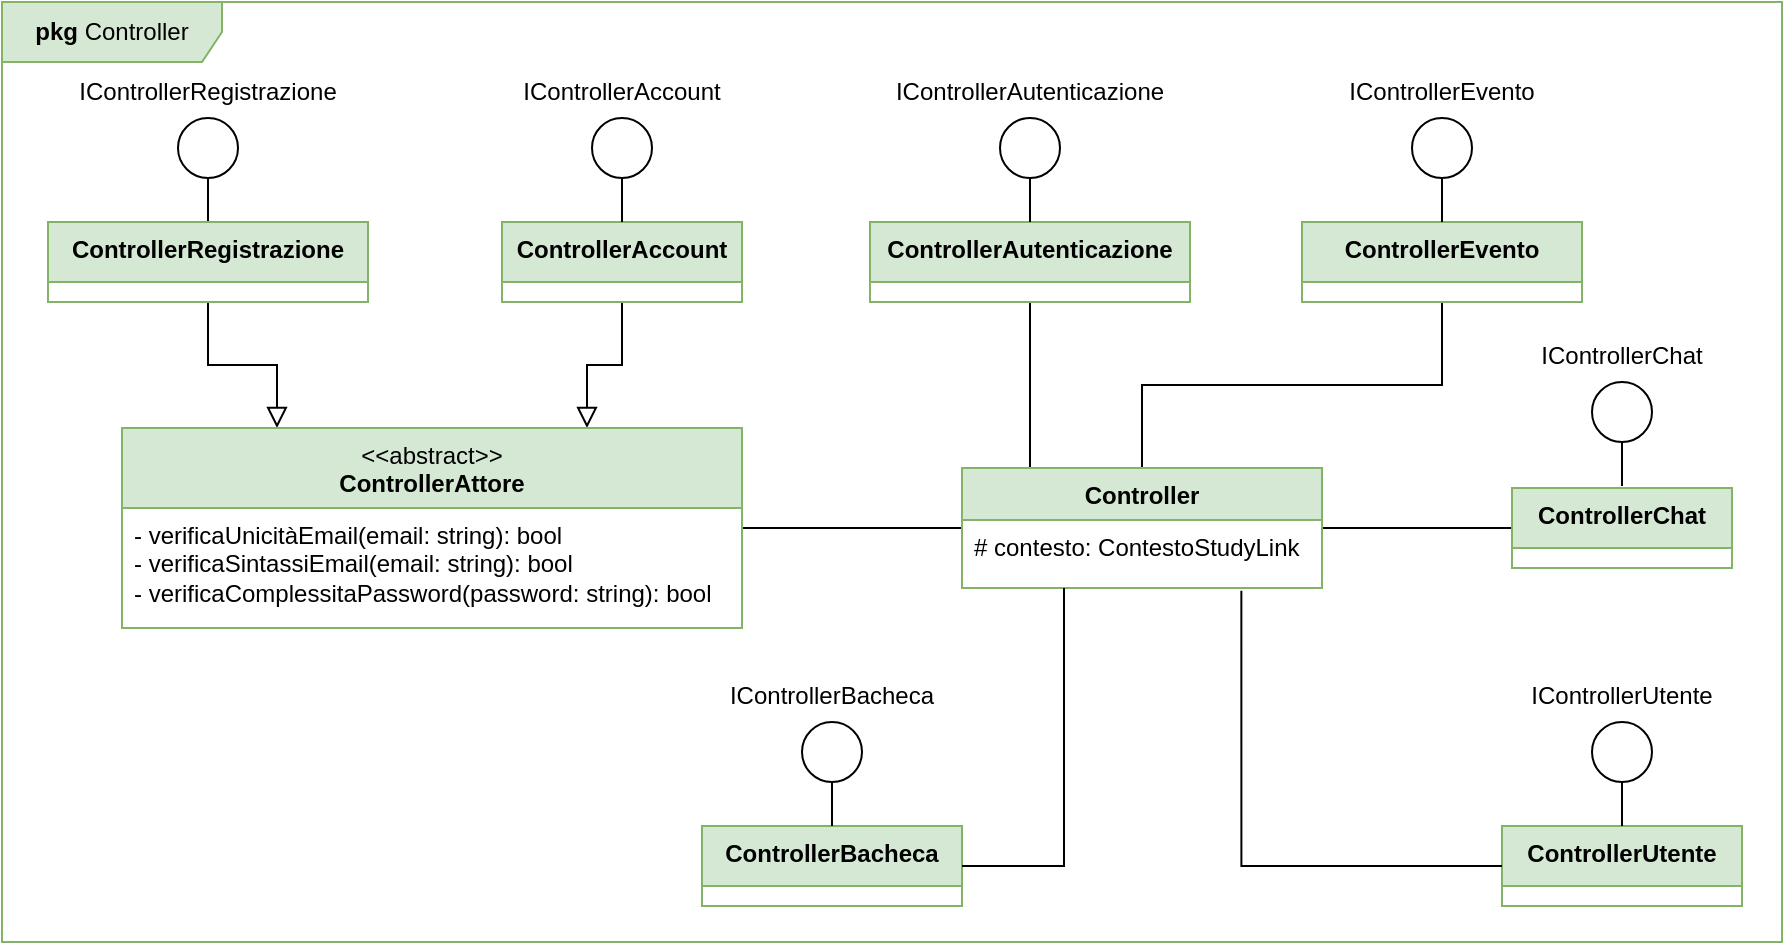
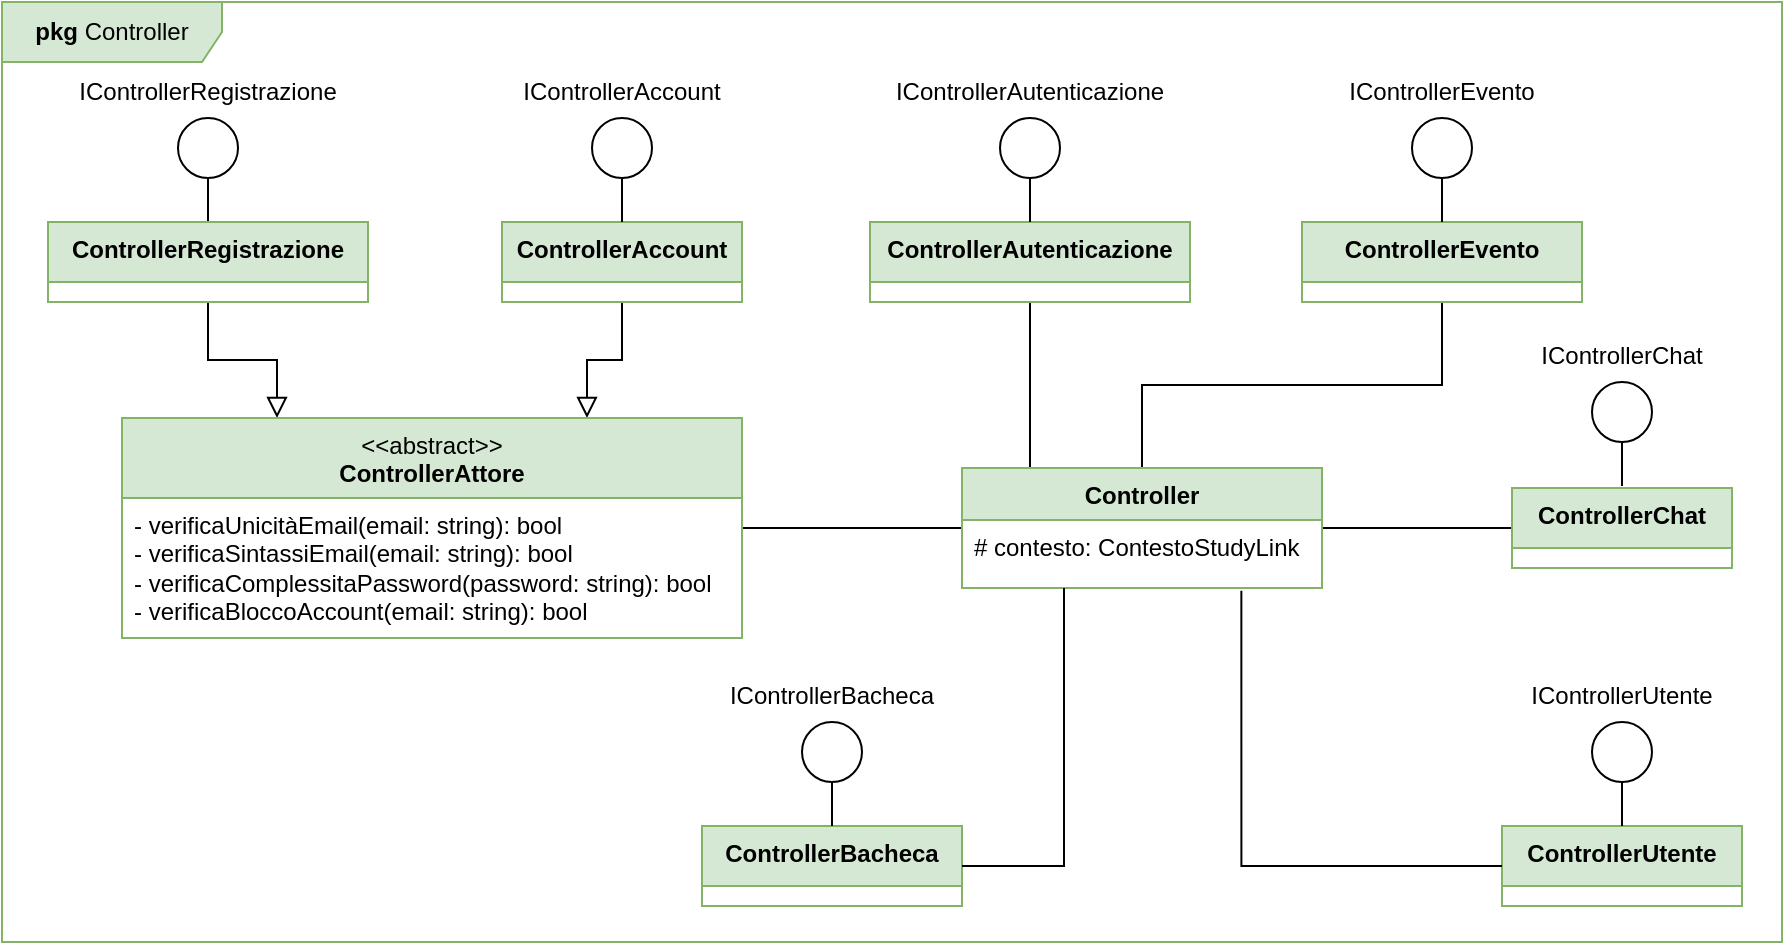
<mxfile host="app.diagrams.net">
  <diagram name="Pagina-1" id="8A5OEsFo6NclzITH6EQ4">
-     <mxGraphModel dx="1164" dy="556" grid="1" gridSize="10" guides="1" tooltips="1" connect="1" arrows="1" fold="1" page="1" pageScale="1" pageWidth="850" pageHeight="1100" math="0" shadow="0">
+     <mxGraphModel dx="1427" dy="677" grid="1" gridSize="10" guides="1" tooltips="1" connect="1" arrows="1" fold="1" page="1" pageScale="1" pageWidth="850" pageHeight="1100" math="0" shadow="0">
      <root>
        <mxCell id="0" />
        <mxCell id="1" parent="0" />
        <mxCell id="ibAbOvtoOgNQmQEDbqh_-51" edge="1" parent="1" source="74dS2z_nssRzXaOdJx0y-5" style="edgeStyle=orthogonalEdgeStyle;rounded=0;orthogonalLoop=1;jettySize=auto;html=1;exitX=0.5;exitY=1;exitDx=0;exitDy=0;fontSize=12;startSize=8;endSize=8;endArrow=none;endFill=0;">
          <mxGeometry relative="1" as="geometry">
            <mxPoint x="574" y="353" as="targetPoint" />
          </mxGeometry>
        </mxCell>
        <mxCell id="74dS2z_nssRzXaOdJx0y-5" parent="1" style="swimlane;fontStyle=1;align=center;verticalAlign=top;childLayout=stackLayout;horizontal=1;startSize=30;horizontalStack=0;resizeParent=1;resizeParentMax=0;resizeLast=0;collapsible=1;marginBottom=0;whiteSpace=wrap;html=1;fillColor=#d5e8d4;strokeColor=#82b366;" value="&lt;div&gt;ControllerAutenticazione&lt;/div&gt;" vertex="1">
          <mxGeometry height="40" width="160" x="494" y="230" as="geometry" />
        </mxCell>
        <mxCell id="ibAbOvtoOgNQmQEDbqh_-14" edge="1" parent="1" source="ibAbOvtoOgNQmQEDbqh_-4" style="edgeStyle=none;curved=1;rounded=0;orthogonalLoop=1;jettySize=auto;html=1;exitX=0.5;exitY=0;exitDx=0;exitDy=0;fontSize=12;startSize=8;endSize=8;endArrow=none;endFill=0;" target="ibAbOvtoOgNQmQEDbqh_-15">
          <mxGeometry relative="1" as="geometry">
            <mxPoint x="162.80952380952374" y="200" as="targetPoint" />
          </mxGeometry>
        </mxCell>
        <mxCell id="ibAbOvtoOgNQmQEDbqh_-46" edge="1" parent="1" source="ibAbOvtoOgNQmQEDbqh_-4" style="edgeStyle=orthogonalEdgeStyle;rounded=0;orthogonalLoop=1;jettySize=auto;html=1;exitX=0.5;exitY=1;exitDx=0;exitDy=0;entryX=0.25;entryY=0;entryDx=0;entryDy=0;fontSize=12;startSize=8;endSize=8;endArrow=block;endFill=0;" target="ibAbOvtoOgNQmQEDbqh_-40">
          <mxGeometry relative="1" as="geometry" />
        </mxCell>
        <mxCell id="ibAbOvtoOgNQmQEDbqh_-4" parent="1" style="swimlane;fontStyle=1;align=center;verticalAlign=top;childLayout=stackLayout;horizontal=1;startSize=30;horizontalStack=0;resizeParent=1;resizeParentMax=0;resizeLast=0;collapsible=1;marginBottom=0;whiteSpace=wrap;html=1;fillColor=#d5e8d4;strokeColor=#82b366;" value="&lt;div&gt;ControllerRegistrazione&lt;/div&gt;" vertex="1">
          <mxGeometry height="40" width="160" x="83" y="230" as="geometry" />
        </mxCell>
        <mxCell id="ibAbOvtoOgNQmQEDbqh_-45" edge="1" parent="1" source="ibAbOvtoOgNQmQEDbqh_-5" style="edgeStyle=orthogonalEdgeStyle;rounded=0;orthogonalLoop=1;jettySize=auto;html=1;exitX=0.5;exitY=1;exitDx=0;exitDy=0;fontSize=12;startSize=8;endSize=8;entryX=0.75;entryY=0;entryDx=0;entryDy=0;endArrow=block;endFill=0;" target="ibAbOvtoOgNQmQEDbqh_-40">
          <mxGeometry relative="1" as="geometry" />
        </mxCell>
        <mxCell id="ibAbOvtoOgNQmQEDbqh_-5" parent="1" style="swimlane;fontStyle=1;align=center;verticalAlign=top;childLayout=stackLayout;horizontal=1;startSize=30;horizontalStack=0;resizeParent=1;resizeParentMax=0;resizeLast=0;collapsible=1;marginBottom=0;whiteSpace=wrap;html=1;fillColor=#d5e8d4;strokeColor=#82b366;" value="&lt;div&gt;ControllerAccount&lt;/div&gt;" vertex="1">
          <mxGeometry height="40" width="120" x="310" y="230" as="geometry" />
        </mxCell>
        <mxCell id="ibAbOvtoOgNQmQEDbqh_-6" parent="1" style="swimlane;fontStyle=1;align=center;verticalAlign=top;childLayout=stackLayout;horizontal=1;startSize=30;horizontalStack=0;resizeParent=1;resizeParentMax=0;resizeLast=0;collapsible=1;marginBottom=0;whiteSpace=wrap;html=1;fillColor=#d5e8d4;strokeColor=#82b366;" value="&lt;div&gt;ControllerUtente&lt;/div&gt;" vertex="1">
          <mxGeometry height="40" width="120" x="810" y="532" as="geometry" />
        </mxCell>
        <mxCell id="ibAbOvtoOgNQmQEDbqh_-54" edge="1" parent="1" source="ibAbOvtoOgNQmQEDbqh_-7" style="edgeStyle=orthogonalEdgeStyle;rounded=0;orthogonalLoop=1;jettySize=auto;html=1;exitX=0.5;exitY=1;exitDx=0;exitDy=0;fontSize=12;startSize=8;endSize=8;endArrow=none;endFill=0;" target="ibAbOvtoOgNQmQEDbqh_-47">
          <mxGeometry relative="1" as="geometry" />
        </mxCell>
        <mxCell id="ibAbOvtoOgNQmQEDbqh_-7" parent="1" style="swimlane;fontStyle=1;align=center;verticalAlign=top;childLayout=stackLayout;horizontal=1;startSize=30;horizontalStack=0;resizeParent=1;resizeParentMax=0;resizeLast=0;collapsible=1;marginBottom=0;whiteSpace=wrap;html=1;fillColor=#d5e8d4;strokeColor=#82b366;" value="&lt;div&gt;ControllerEvento&lt;/div&gt;" vertex="1">
          <mxGeometry height="40" width="140" x="710" y="230" as="geometry" />
        </mxCell>
        <mxCell id="ibAbOvtoOgNQmQEDbqh_-8" parent="1" style="swimlane;fontStyle=1;align=center;verticalAlign=top;childLayout=stackLayout;horizontal=1;startSize=30;horizontalStack=0;resizeParent=1;resizeParentMax=0;resizeLast=0;collapsible=1;marginBottom=0;whiteSpace=wrap;html=1;fillColor=#d5e8d4;strokeColor=#82b366;" value="&lt;div&gt;ControllerBacheca&lt;/div&gt;" vertex="1">
          <mxGeometry height="40" width="130" x="410" y="532" as="geometry" />
        </mxCell>
        <mxCell id="ibAbOvtoOgNQmQEDbqh_-57" edge="1" parent="1" source="ibAbOvtoOgNQmQEDbqh_-9" style="edgeStyle=orthogonalEdgeStyle;rounded=0;orthogonalLoop=1;jettySize=auto;html=1;exitX=0;exitY=0.5;exitDx=0;exitDy=0;fontSize=12;startSize=8;endSize=8;endArrow=none;endFill=0;" target="ibAbOvtoOgNQmQEDbqh_-47">
          <mxGeometry relative="1" as="geometry" />
        </mxCell>
        <mxCell id="ibAbOvtoOgNQmQEDbqh_-9" parent="1" style="swimlane;fontStyle=1;align=center;verticalAlign=top;childLayout=stackLayout;horizontal=1;startSize=30;horizontalStack=0;resizeParent=1;resizeParentMax=0;resizeLast=0;collapsible=1;marginBottom=0;whiteSpace=wrap;html=1;fillColor=#d5e8d4;strokeColor=#82b366;" value="&lt;div&gt;ControllerChat&lt;/div&gt;" vertex="1">
          <mxGeometry height="40" width="110" x="815" y="363" as="geometry" />
        </mxCell>
        <mxCell id="ibAbOvtoOgNQmQEDbqh_-15" parent="1" style="ellipse;whiteSpace=wrap;html=1;aspect=fixed;" value="" vertex="1">
          <mxGeometry height="30" width="30" x="148" y="178" as="geometry" />
        </mxCell>
        <mxCell id="ibAbOvtoOgNQmQEDbqh_-18" parent="1" style="text;html=1;whiteSpace=wrap;strokeColor=none;fillColor=none;align=center;verticalAlign=middle;rounded=0;fontSize=16;" value="&lt;font style=&quot;font-size: 12px;&quot;&gt;IControllerRegistrazione&lt;/font&gt;" vertex="1">
          <mxGeometry height="30" width="60" x="133" y="148" as="geometry" />
        </mxCell>
        <mxCell id="ibAbOvtoOgNQmQEDbqh_-19" edge="1" parent="1" style="edgeStyle=none;curved=1;rounded=0;orthogonalLoop=1;jettySize=auto;html=1;exitX=0.5;exitY=0;exitDx=0;exitDy=0;fontSize=12;startSize=8;endSize=8;endArrow=none;endFill=0;" target="ibAbOvtoOgNQmQEDbqh_-20">
          <mxGeometry relative="1" as="geometry">
            <mxPoint x="370" y="230" as="sourcePoint" />
            <mxPoint x="369.80952380952374" y="200" as="targetPoint" />
          </mxGeometry>
        </mxCell>
        <mxCell id="ibAbOvtoOgNQmQEDbqh_-20" parent="1" style="ellipse;whiteSpace=wrap;html=1;aspect=fixed;" value="" vertex="1">
          <mxGeometry height="30" width="30" x="355" y="178" as="geometry" />
        </mxCell>
        <mxCell id="ibAbOvtoOgNQmQEDbqh_-21" parent="1" style="text;html=1;whiteSpace=wrap;strokeColor=none;fillColor=none;align=center;verticalAlign=middle;rounded=0;fontSize=16;" value="&lt;font style=&quot;font-size: 12px;&quot;&gt;IControllerAccount&lt;/font&gt;" vertex="1">
          <mxGeometry height="30" width="60" x="340" y="148" as="geometry" />
        </mxCell>
        <mxCell id="ibAbOvtoOgNQmQEDbqh_-22" edge="1" parent="1" style="edgeStyle=none;curved=1;rounded=0;orthogonalLoop=1;jettySize=auto;html=1;exitX=0.5;exitY=0;exitDx=0;exitDy=0;fontSize=12;startSize=8;endSize=8;endArrow=none;endFill=0;" target="ibAbOvtoOgNQmQEDbqh_-23">
          <mxGeometry relative="1" as="geometry">
            <mxPoint x="574" y="230" as="sourcePoint" />
            <mxPoint x="573.8095238095237" y="200" as="targetPoint" />
          </mxGeometry>
        </mxCell>
        <mxCell id="ibAbOvtoOgNQmQEDbqh_-23" parent="1" style="ellipse;whiteSpace=wrap;html=1;aspect=fixed;" value="" vertex="1">
          <mxGeometry height="30" width="30" x="559" y="178" as="geometry" />
        </mxCell>
        <mxCell id="ibAbOvtoOgNQmQEDbqh_-24" parent="1" style="text;html=1;whiteSpace=wrap;strokeColor=none;fillColor=none;align=center;verticalAlign=middle;rounded=0;fontSize=16;" value="&lt;font style=&quot;font-size: 12px;&quot;&gt;IControllerAutenticazione&lt;/font&gt;" vertex="1">
          <mxGeometry height="30" width="60" x="544" y="148" as="geometry" />
        </mxCell>
        <mxCell id="ibAbOvtoOgNQmQEDbqh_-28" edge="1" parent="1" style="edgeStyle=none;curved=1;rounded=0;orthogonalLoop=1;jettySize=auto;html=1;exitX=0.5;exitY=0;exitDx=0;exitDy=0;fontSize=12;startSize=8;endSize=8;endArrow=none;endFill=0;" target="ibAbOvtoOgNQmQEDbqh_-29">
          <mxGeometry relative="1" as="geometry">
            <mxPoint x="780" y="230" as="sourcePoint" />
            <mxPoint x="779.8095238095237" y="200" as="targetPoint" />
          </mxGeometry>
        </mxCell>
        <mxCell id="ibAbOvtoOgNQmQEDbqh_-29" parent="1" style="ellipse;whiteSpace=wrap;html=1;aspect=fixed;" value="" vertex="1">
          <mxGeometry height="30" width="30" x="765" y="178" as="geometry" />
        </mxCell>
        <mxCell id="ibAbOvtoOgNQmQEDbqh_-30" parent="1" style="text;html=1;whiteSpace=wrap;strokeColor=none;fillColor=none;align=center;verticalAlign=middle;rounded=0;fontSize=16;" value="&lt;font style=&quot;font-size: 12px;&quot;&gt;IControllerEvento&lt;/font&gt;" vertex="1">
          <mxGeometry height="30" width="60" x="750" y="148" as="geometry" />
        </mxCell>
        <mxCell id="ibAbOvtoOgNQmQEDbqh_-31" edge="1" parent="1" style="edgeStyle=none;curved=1;rounded=0;orthogonalLoop=1;jettySize=auto;html=1;exitX=0.5;exitY=0;exitDx=0;exitDy=0;fontSize=12;startSize=8;endSize=8;endArrow=none;endFill=0;" target="ibAbOvtoOgNQmQEDbqh_-32">
          <mxGeometry relative="1" as="geometry">
            <mxPoint x="870" y="532" as="sourcePoint" />
            <mxPoint x="869.8095238095239" y="502" as="targetPoint" />
          </mxGeometry>
        </mxCell>
        <mxCell id="ibAbOvtoOgNQmQEDbqh_-32" parent="1" style="ellipse;whiteSpace=wrap;html=1;aspect=fixed;" value="" vertex="1">
          <mxGeometry height="30" width="30" x="855" y="480" as="geometry" />
        </mxCell>
        <mxCell id="ibAbOvtoOgNQmQEDbqh_-33" parent="1" style="text;html=1;whiteSpace=wrap;strokeColor=none;fillColor=none;align=center;verticalAlign=middle;rounded=0;fontSize=16;" value="&lt;font style=&quot;font-size: 12px;&quot;&gt;IControllerUtente&lt;/font&gt;" vertex="1">
          <mxGeometry height="30" width="60" x="840" y="450" as="geometry" />
        </mxCell>
        <mxCell id="ibAbOvtoOgNQmQEDbqh_-34" edge="1" parent="1" style="edgeStyle=none;curved=1;rounded=0;orthogonalLoop=1;jettySize=auto;html=1;exitX=0.5;exitY=0;exitDx=0;exitDy=0;fontSize=12;startSize=8;endSize=8;endArrow=none;endFill=0;" target="ibAbOvtoOgNQmQEDbqh_-35">
          <mxGeometry relative="1" as="geometry">
            <mxPoint x="475" y="532" as="sourcePoint" />
            <mxPoint x="474.80952380952385" y="502" as="targetPoint" />
          </mxGeometry>
        </mxCell>
        <mxCell id="ibAbOvtoOgNQmQEDbqh_-35" parent="1" style="ellipse;whiteSpace=wrap;html=1;aspect=fixed;" value="" vertex="1">
          <mxGeometry height="30" width="30" x="460" y="480" as="geometry" />
        </mxCell>
        <mxCell id="ibAbOvtoOgNQmQEDbqh_-36" parent="1" style="text;html=1;whiteSpace=wrap;strokeColor=none;fillColor=none;align=center;verticalAlign=middle;rounded=0;fontSize=16;" value="&lt;font style=&quot;font-size: 12px;&quot;&gt;IControllerBacheca&lt;/font&gt;" vertex="1">
          <mxGeometry height="30" width="60" x="445" y="450" as="geometry" />
        </mxCell>
        <mxCell id="ibAbOvtoOgNQmQEDbqh_-37" edge="1" parent="1" style="edgeStyle=none;curved=1;rounded=0;orthogonalLoop=1;jettySize=auto;html=1;exitX=0.5;exitY=0;exitDx=0;exitDy=0;fontSize=12;startSize=8;endSize=8;endArrow=none;endFill=0;" target="ibAbOvtoOgNQmQEDbqh_-38">
          <mxGeometry relative="1" as="geometry">
            <mxPoint x="870" y="362" as="sourcePoint" />
            <mxPoint x="869.8095238095239" y="332" as="targetPoint" />
          </mxGeometry>
        </mxCell>
        <mxCell id="ibAbOvtoOgNQmQEDbqh_-38" parent="1" style="ellipse;whiteSpace=wrap;html=1;aspect=fixed;" value="" vertex="1">
          <mxGeometry height="30" width="30" x="855" y="310" as="geometry" />
        </mxCell>
        <mxCell id="ibAbOvtoOgNQmQEDbqh_-39" parent="1" style="text;html=1;whiteSpace=wrap;strokeColor=none;fillColor=none;align=center;verticalAlign=middle;rounded=0;fontSize=16;" value="&lt;font style=&quot;font-size: 12px;&quot;&gt;IControllerChat&lt;/font&gt;" vertex="1">
          <mxGeometry height="30" width="60" x="840" y="280" as="geometry" />
        </mxCell>
        <mxCell id="ibAbOvtoOgNQmQEDbqh_-49" edge="1" parent="1" source="ibAbOvtoOgNQmQEDbqh_-40" style="edgeStyle=orthogonalEdgeStyle;rounded=0;orthogonalLoop=1;jettySize=auto;html=1;fontSize=12;startSize=8;endSize=8;endArrow=none;endFill=0;" target="ibAbOvtoOgNQmQEDbqh_-47" value="">
          <mxGeometry relative="1" as="geometry" />
        </mxCell>
        <mxCell id="ibAbOvtoOgNQmQEDbqh_-40" parent="1" style="swimlane;fontStyle=1;align=center;verticalAlign=top;childLayout=stackLayout;horizontal=1;startSize=40;horizontalStack=0;resizeParent=1;resizeParentMax=0;resizeLast=0;collapsible=1;marginBottom=0;whiteSpace=wrap;html=1;fillColor=#d5e8d4;strokeColor=#82b366;" value="&lt;span style=&quot;font-weight: normal;&quot;&gt;&amp;lt;&amp;lt;abstract&amp;gt;&amp;gt;&lt;/span&gt;&lt;div&gt;ControllerAttore&lt;/div&gt;" vertex="1">
-           <mxGeometry height="100" width="310" x="120" y="333" as="geometry" />
+           <mxGeometry height="110" width="310" x="120" y="328" as="geometry" />
        </mxCell>
-         <mxCell id="ibAbOvtoOgNQmQEDbqh_-43" parent="ibAbOvtoOgNQmQEDbqh_-40" style="text;strokeColor=none;fillColor=none;align=left;verticalAlign=top;spacingLeft=4;spacingRight=4;overflow=hidden;rotatable=0;points=[[0,0.5],[1,0.5]];portConstraint=eastwest;whiteSpace=wrap;html=1;" value="- verificaUnicitàEmail(email: string): bool&lt;div&gt;- verificaSintassiEmail(email: string): bool&lt;/div&gt;&lt;div&gt;- verificaComplessitaPassword(password: string): bool&lt;/div&gt;" vertex="1">
-           <mxGeometry height="60" width="310" y="40" as="geometry" />
+         <mxCell id="ibAbOvtoOgNQmQEDbqh_-43" parent="ibAbOvtoOgNQmQEDbqh_-40" style="text;strokeColor=none;fillColor=none;align=left;verticalAlign=top;spacingLeft=4;spacingRight=4;overflow=hidden;rotatable=0;points=[[0,0.5],[1,0.5]];portConstraint=eastwest;whiteSpace=wrap;html=1;" value="- verificaUnicitàEmail(email: string): bool&lt;div&gt;- verificaSintassiEmail(email: string): bool&lt;/div&gt;&lt;div&gt;- verificaComplessitaPassword(password: string): bool&lt;/div&gt;&lt;div&gt;- verificaBloccoAccount(email: string): bool&lt;/div&gt;" vertex="1">
+           <mxGeometry height="70" width="310" y="40" as="geometry" />
        </mxCell>
        <mxCell id="ibAbOvtoOgNQmQEDbqh_-47" parent="1" style="swimlane;fontStyle=1;align=center;verticalAlign=top;childLayout=stackLayout;horizontal=1;startSize=26;horizontalStack=0;resizeParent=1;resizeParentMax=0;resizeLast=0;collapsible=1;marginBottom=0;whiteSpace=wrap;html=1;fillColor=#d5e8d4;strokeColor=#82b366;" value="Controller" vertex="1">
          <mxGeometry height="60" width="180" x="540" y="353" as="geometry" />
        </mxCell>
        <mxCell id="ibAbOvtoOgNQmQEDbqh_-48" parent="ibAbOvtoOgNQmQEDbqh_-47" style="text;strokeColor=none;fillColor=none;align=left;verticalAlign=top;spacingLeft=4;spacingRight=4;overflow=hidden;rotatable=0;points=[[0,0.5],[1,0.5]];portConstraint=eastwest;whiteSpace=wrap;html=1;" value="# contesto: ContestoStudyLink" vertex="1">
          <mxGeometry height="34" width="180" y="26" as="geometry" />
        </mxCell>
        <mxCell id="ibAbOvtoOgNQmQEDbqh_-55" edge="1" parent="1" source="ibAbOvtoOgNQmQEDbqh_-8" style="edgeStyle=orthogonalEdgeStyle;rounded=0;orthogonalLoop=1;jettySize=auto;html=1;exitX=1;exitY=0.5;exitDx=0;exitDy=0;fontSize=12;startSize=8;endSize=8;endArrow=none;endFill=0;" target="ibAbOvtoOgNQmQEDbqh_-48">
          <mxGeometry relative="1" as="geometry">
            <Array as="points">
              <mxPoint x="591" y="552" />
            </Array>
          </mxGeometry>
        </mxCell>
        <mxCell id="ibAbOvtoOgNQmQEDbqh_-56" edge="1" parent="1" source="ibAbOvtoOgNQmQEDbqh_-6" style="edgeStyle=orthogonalEdgeStyle;rounded=0;orthogonalLoop=1;jettySize=auto;html=1;exitX=0;exitY=0.5;exitDx=0;exitDy=0;entryX=0.776;entryY=1.041;entryDx=0;entryDy=0;entryPerimeter=0;fontSize=12;startSize=8;endSize=8;endArrow=none;endFill=0;" target="ibAbOvtoOgNQmQEDbqh_-48">
          <mxGeometry relative="1" as="geometry">
            <Array as="points">
              <mxPoint x="680" y="552" />
            </Array>
          </mxGeometry>
        </mxCell>
        <mxCell id="ibAbOvtoOgNQmQEDbqh_-58" parent="1" style="shape=umlFrame;whiteSpace=wrap;html=1;pointerEvents=0;fillColor=#d5e8d4;strokeColor=#82b366;width=110;height=30;" value="&lt;b&gt;pkg&amp;nbsp;&lt;/b&gt;Controller" vertex="1">
          <mxGeometry height="470" width="890" x="60" y="120" as="geometry" />
        </mxCell>
      </root>
    </mxGraphModel>
  </diagram>
</mxfile>
